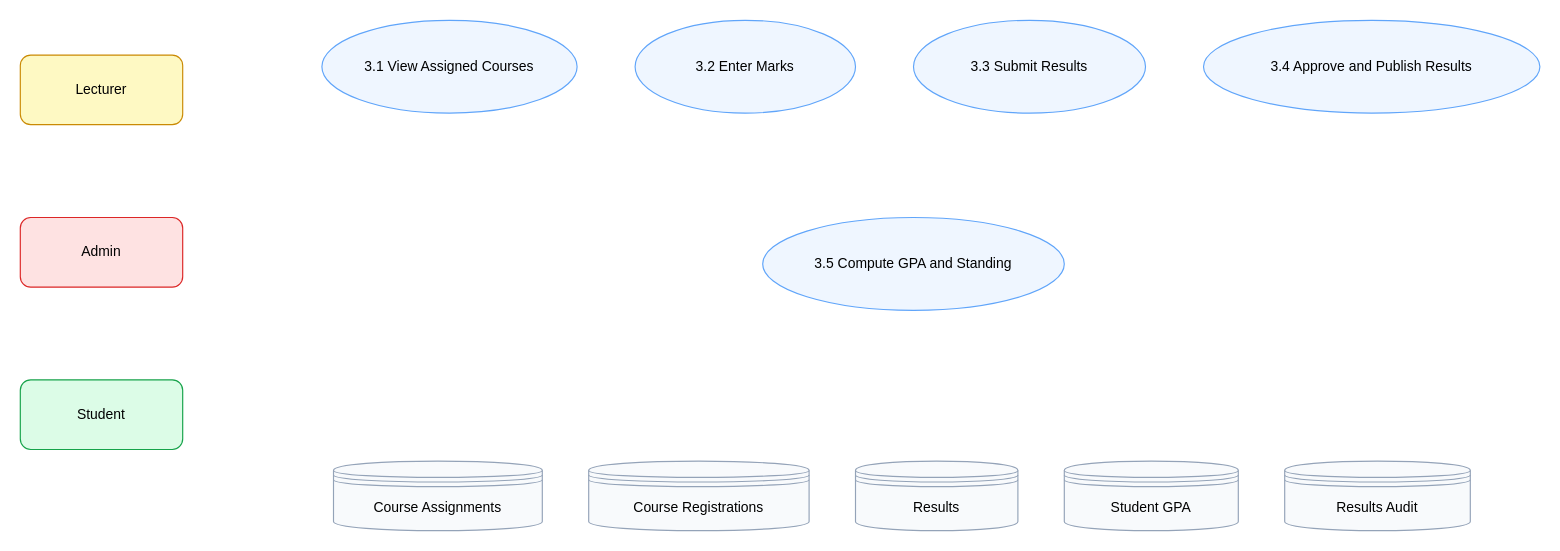
AROSOFTio/smns keeps this draw.io diagram as docs/diagrams/smns-dfd-level-2-results.drawio. Above is the earlier version. Source tidied: cells renumbered, new cells numbered last; positions are measured from the earlier drawing's top-left corner, leaving out a move shared by most shapes. Both pictures are drawn from the tidied source at 116%, with x=0, y=0 at pixel (20, 20).
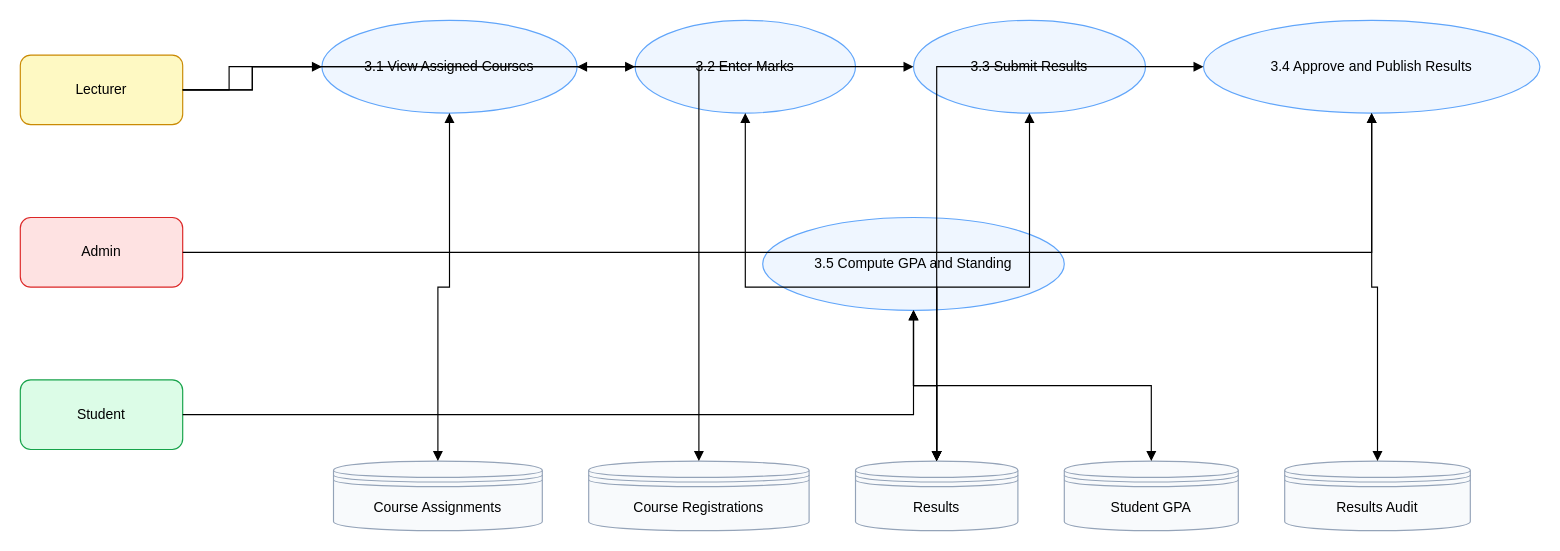
The same page after the edit.

The change refers to these unchanged cells:
```xml
<mxCell id="2" value="Lecturer" style="rounded=1;whiteSpace=wrap;html=1;fillColor=#fef9c3;strokeColor=#ca8a04;" parent="1" vertex="1">
  <mxGeometry y="30" width="140" height="60" as="geometry" />
</mxCell>
<mxCell id="3" value="Admin" style="rounded=1;whiteSpace=wrap;html=1;fillColor=#fee2e2;strokeColor=#dc2626;" parent="1" vertex="1">
  <mxGeometry y="170" width="140" height="60" as="geometry" />
</mxCell>
<mxCell id="4" value="Student" style="rounded=1;whiteSpace=wrap;html=1;fillColor=#dcfce7;strokeColor=#16a34a;" parent="1" vertex="1">
  <mxGeometry y="310" width="140" height="60" as="geometry" />
</mxCell>
<mxCell id="5" value="3.1 View Assigned Courses" style="ellipse;whiteSpace=wrap;html=1;fillColor=#eff6ff;strokeColor=#60a5fa;" parent="1" vertex="1">
  <mxGeometry x="260" width="220" height="80" as="geometry" />
</mxCell>
<mxCell id="6" value="3.2 Enter Marks" style="ellipse;whiteSpace=wrap;html=1;fillColor=#eff6ff;strokeColor=#60a5fa;" parent="1" vertex="1">
  <mxGeometry x="530" width="190" height="80" as="geometry" />
</mxCell>
<mxCell id="7" value="3.3 Submit Results" style="ellipse;whiteSpace=wrap;html=1;fillColor=#eff6ff;strokeColor=#60a5fa;" parent="1" vertex="1">
  <mxGeometry x="770" width="200" height="80" as="geometry" />
</mxCell>
<mxCell id="8" value="3.4 Approve and Publish Results" style="ellipse;whiteSpace=wrap;html=1;fillColor=#eff6ff;strokeColor=#60a5fa;" parent="1" vertex="1">
  <mxGeometry x="1020" width="290" height="80" as="geometry" />
</mxCell>
<mxCell id="9" value="3.5 Compute GPA and Standing" style="ellipse;whiteSpace=wrap;html=1;fillColor=#eff6ff;strokeColor=#60a5fa;" parent="1" vertex="1">
  <mxGeometry x="640" y="170" width="260" height="80" as="geometry" />
</mxCell>
<mxCell id="10" value="Course Assignments" style="shape=datastore;whiteSpace=wrap;html=1;fillColor=#f8fafc;strokeColor=#94a3b8;" parent="1" vertex="1">
  <mxGeometry x="270" y="380" width="180" height="60" as="geometry" />
</mxCell>
<mxCell id="11" value="Course Registrations" style="shape=datastore;whiteSpace=wrap;html=1;fillColor=#f8fafc;strokeColor=#94a3b8;" parent="1" vertex="1">
  <mxGeometry x="490" y="380" width="190" height="60" as="geometry" />
</mxCell>
<mxCell id="12" value="Results" style="shape=datastore;whiteSpace=wrap;html=1;fillColor=#f8fafc;strokeColor=#94a3b8;" parent="1" vertex="1">
  <mxGeometry x="720" y="380" width="140" height="60" as="geometry" />
</mxCell>
<mxCell id="13" value="Student GPA" style="shape=datastore;whiteSpace=wrap;html=1;fillColor=#f8fafc;strokeColor=#94a3b8;" parent="1" vertex="1">
  <mxGeometry x="900" y="380" width="150" height="60" as="geometry" />
</mxCell>
<mxCell id="14" value="Results Audit" style="shape=datastore;whiteSpace=wrap;html=1;fillColor=#f8fafc;strokeColor=#94a3b8;" parent="1" vertex="1">
  <mxGeometry x="1090" y="380" width="160" height="60" as="geometry" />
</mxCell>
```

What changed in the source:
```diff
@@
+    <mxCell id="15" style="edgeStyle=orthogonalEdgeStyle;rounded=0;html=1;endArrow=block;" parent="1" edge="1" source="2" target="5">
+      <mxGeometry relative="1" as="geometry" />
+    </mxCell>
+    <mxCell id="16" style="edgeStyle=orthogonalEdgeStyle;rounded=0;html=1;endArrow=block;" parent="1" edge="1" source="2" target="6">
+      <mxGeometry relative="1" as="geometry">
+        <Array as="points">
+          <mxPoint x="180" y="60" />
+          <mxPoint x="180" y="40" />
+        </Array>
+      </mxGeometry>
+    </mxCell>
+    <mxCell id="17" style="edgeStyle=orthogonalEdgeStyle;rounded=0;html=1;endArrow=block;" parent="1" edge="1" source="2" target="7">
+      <mxGeometry relative="1" as="geometry">
+        <Array as="points">
+          <mxPoint x="200" y="60" />
+          <mxPoint x="200" y="40" />
+        </Array>
+      </mxGeometry>
+    </mxCell>
+    <mxCell id="18" style="edgeStyle=orthogonalEdgeStyle;rounded=0;html=1;endArrow=block;" parent="1" edge="1" source="3" target="8">
+      <mxGeometry relative="1" as="geometry" />
+    </mxCell>
+    <mxCell id="19" style="edgeStyle=orthogonalEdgeStyle;rounded=0;html=1;endArrow=block;" parent="1" edge="1" source="4" target="9">
+      <mxGeometry relative="1" as="geometry" />
+    </mxCell>
+    <mxCell id="20" style="edgeStyle=orthogonalEdgeStyle;rounded=0;html=1;endArrow=block;startArrow=block;" parent="1" edge="1" source="5" target="10">
+      <mxGeometry relative="1" as="geometry" />
+    </mxCell>
+    <mxCell id="21" style="edgeStyle=orthogonalEdgeStyle;rounded=0;html=1;endArrow=block;startArrow=block;" parent="1" edge="1" source="5" target="11">
+      <mxGeometry relative="1" as="geometry" />
+    </mxCell>
+    <mxCell id="22" style="edgeStyle=orthogonalEdgeStyle;rounded=0;html=1;endArrow=block;startArrow=block;" parent="1" edge="1" source="6" target="12">
+      <mxGeometry relative="1" as="geometry" />
+    </mxCell>
+    <mxCell id="23" style="edgeStyle=orthogonalEdgeStyle;rounded=0;html=1;endArrow=block;startArrow=block;" parent="1" edge="1" source="7" target="12">
+      <mxGeometry relative="1" as="geometry" />
+    </mxCell>
+    <mxCell id="24" style="edgeStyle=orthogonalEdgeStyle;rounded=0;html=1;endArrow=block;startArrow=block;" parent="1" edge="1" source="8" target="12">
+      <mxGeometry relative="1" as="geometry" />
+    </mxCell>
+    <mxCell id="25" style="edgeStyle=orthogonalEdgeStyle;rounded=0;html=1;endArrow=block;startArrow=block;" parent="1" edge="1" source="8" target="14">
+      <mxGeometry relative="1" as="geometry" />
+    </mxCell>
+    <mxCell id="26" style="edgeStyle=orthogonalEdgeStyle;rounded=0;html=1;endArrow=block;startArrow=block;" parent="1" edge="1" source="9" target="12">
+      <mxGeometry relative="1" as="geometry" />
+    </mxCell>
+    <mxCell id="27" style="edgeStyle=orthogonalEdgeStyle;rounded=0;html=1;endArrow=block;startArrow=block;" parent="1" edge="1" source="9" target="13">
+      <mxGeometry relative="1" as="geometry" />
+    </mxCell>
```
